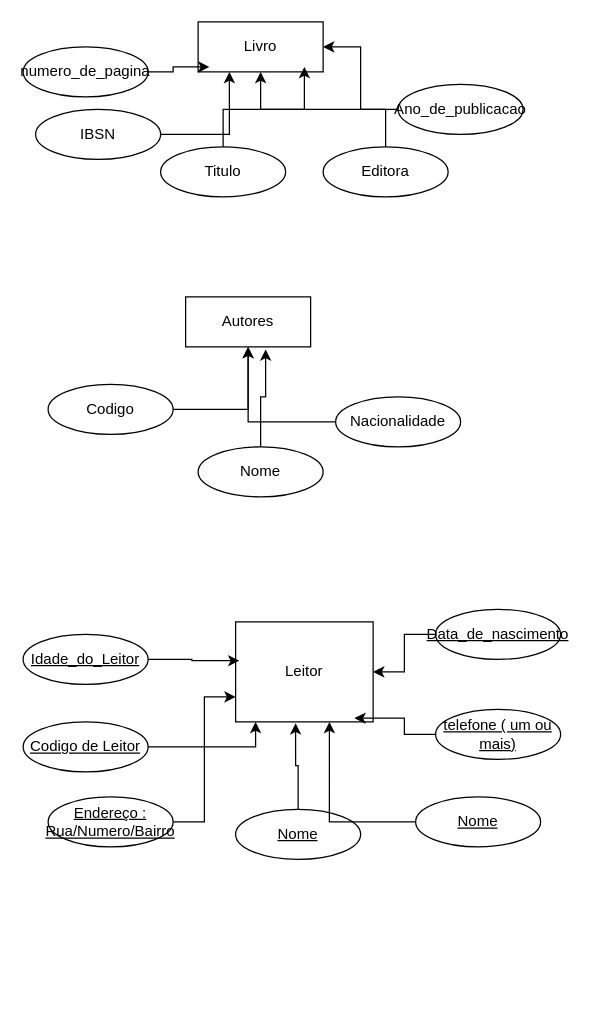
washiquant/SQLServer keeps this draw.io diagram as Exercicio/Exercicio_quatro/ExercicioQuatro.drawio. Above is the earlier version. Source tidied: cells renumbered, new cells numbered last; positions are measured from the earlier drawing's top-left corner, leaving out a move shared by most shapes. Both pictures are drawn from the tidied source at 125%, with x=0, y=0 at pixel (22, 21).
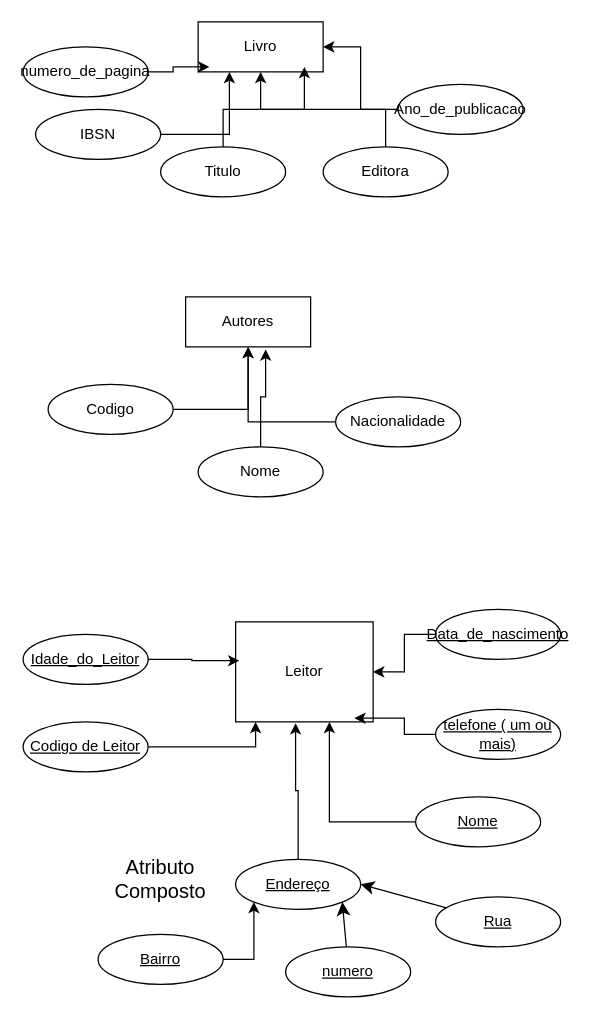
The same page after the edit.

Commit message:
Exercicio Quatro resolvido com atributo composto

Unchanged cells that the change refers to:
```xml
<mxCell id="20" value="Leitor" style="whiteSpace=wrap;html=1;align=center;" parent="1" vertex="1">
  <mxGeometry x="170" y="480" width="110" height="80" as="geometry" />
</mxCell>
```

Diff of the diagram source:
```diff
@@
-    <mxCell id="24" value="Nome" style="ellipse;whiteSpace=wrap;html=1;align=center;fontStyle=20;" parent="1" vertex="1">
-      <mxGeometry x="170" y="630" width="100" height="40" as="geometry" />
+    <mxCell id="24" value="Endereço" style="ellipse;whiteSpace=wrap;html=1;align=center;fontStyle=20;" parent="1" vertex="1">
+      <mxGeometry x="170" y="670" width="100" height="40" as="geometry" />
     </mxCell>
@@
-    <mxCell id="29" style="edgeStyle=orthogonalEdgeStyle;rounded=0;jettySize=auto;html=1;entryX=0;entryY=0.75;entryDx=0;entryDy=0;defaultLabelBackgroundColor=gap;" parent="1" edge="1" source="30" target="20">
+    <mxCell id="29" style="edgeStyle=orthogonalEdgeStyle;rounded=0;jettySize=auto;html=1;entryX=0;entryY=1;entryDx=0;entryDy=0;defaultLabelBackgroundColor=gap;" parent="1" edge="1" source="30" target="24">
       <mxGeometry relative="1" as="geometry" />
     </mxCell>
-    <mxCell id="30" value="Endereço : Rua/Numero/Bairro" style="ellipse;whiteSpace=wrap;html=1;align=center;fontStyle=20;" parent="1" vertex="1">
-      <mxGeometry x="20" y="620" width="100" height="40" as="geometry" />
+    <mxCell id="30" value="Bairro" style="ellipse;whiteSpace=wrap;html=1;align=center;fontStyle=20;" parent="1" vertex="1">
+      <mxGeometry x="60" y="730" width="100" height="40" as="geometry" />
     </mxCell>
@@
+    <mxCell id="35" style="edgeStyle=none;curved=1;rounded=0;curveGeometry=1;jettySize=auto;html=1;entryX=1;entryY=1;entryDx=0;entryDy=0;fontSize=12;defaultLabelBackgroundColor=gap;startSize=8;endSize=8;" parent="1" edge="1" source="36" target="24">
+      <mxGeometry relative="1" as="geometry" />
+    </mxCell>
+    <mxCell id="36" value="numero" style="ellipse;whiteSpace=wrap;html=1;align=center;fontStyle=20;" parent="1" vertex="1">
+      <mxGeometry x="210" y="740" width="100" height="40" as="geometry" />
+    </mxCell>
+    <mxCell id="37" style="edgeStyle=none;curved=1;rounded=0;curveGeometry=1;jettySize=auto;html=1;entryX=1;entryY=0.5;entryDx=0;entryDy=0;fontSize=12;defaultLabelBackgroundColor=gap;startSize=8;endSize=8;" parent="1" edge="1" source="38" target="24">
+      <mxGeometry relative="1" as="geometry" />
+    </mxCell>
+    <mxCell id="38" value="Rua" style="ellipse;whiteSpace=wrap;html=1;align=center;fontStyle=20;" parent="1" vertex="1">
+      <mxGeometry x="330" y="700" width="100" height="40" as="geometry" />
+    </mxCell>
+    <mxCell id="39" value="Atributo Composto&lt;div&gt;&lt;br&gt;&lt;/div&gt;" style="text;html=1;whiteSpace=wrap;strokeColor=none;fillColor=none;align=center;verticalAlign=middle;rounded=0;fontSize=16;" parent="1" vertex="1">
+      <mxGeometry x="80" y="680" width="60" height="30" as="geometry" />
+    </mxCell>
```
